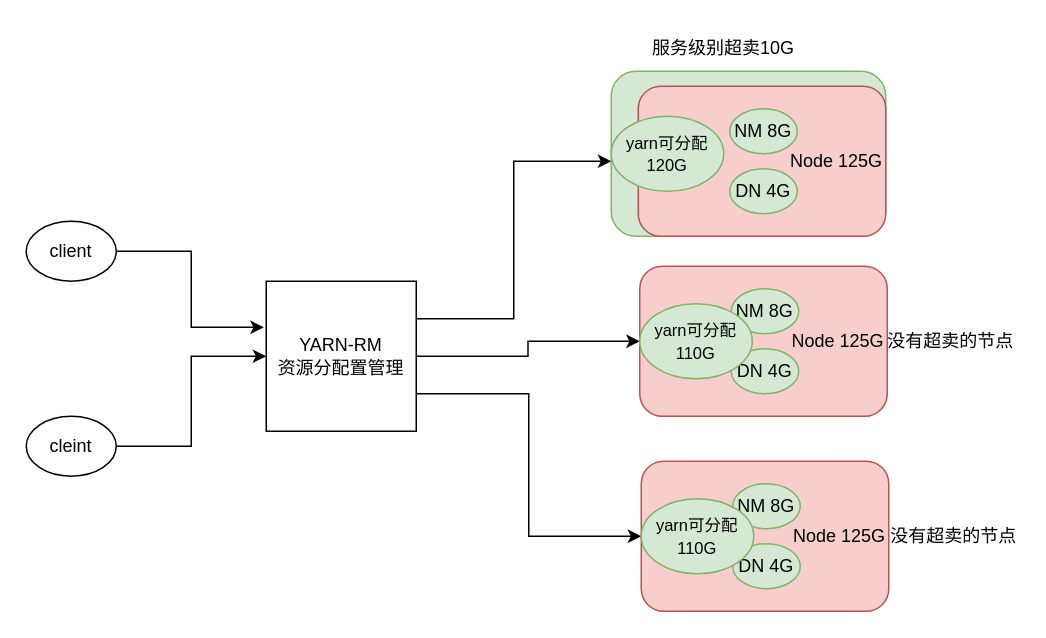
Before: yarn-超.drawio in liangrui198/001, a draw.io diagram. Source tidied: cells renumbered, new cells numbered last; positions are measured from the earlier drawing's top-left corner, leaving out a move shared by most shapes. Both pictures are drawn from the tidied source at 150%, with x=0, y=0 at pixel (26, 26).
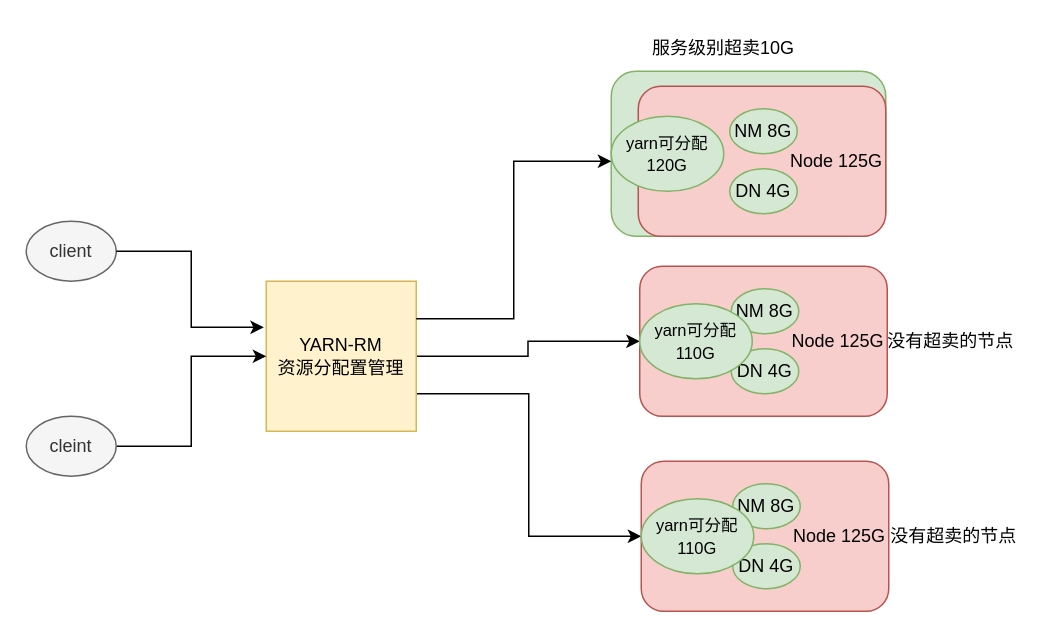
After the change.

Change to the diagram source:
```diff
@@
-    <mxCell id="2" value="client" style="ellipse;whiteSpace=wrap;html=1;" parent="1" vertex="1">
+    <mxCell id="2" value="client" style="ellipse;whiteSpace=wrap;html=1;fillColor=#f5f5f5;fontColor=#333333;strokeColor=#666666;" parent="1" vertex="1">
       <mxGeometry y="130" width="60" height="40" as="geometry" />
     </mxCell>
@@
-    <mxCell id="5" value="YARN-RM&lt;div&gt;资源分配置管理&lt;/div&gt;" style="whiteSpace=wrap;html=1;" parent="1" vertex="1">
+    <mxCell id="5" value="YARN-RM&lt;div&gt;资源分配置管理&lt;/div&gt;" style="whiteSpace=wrap;html=1;fillColor=#fff2cc;strokeColor=#d6b656;" parent="1" vertex="1">
       <mxGeometry x="160" y="170" width="100" height="100" as="geometry" />
     </mxCell>
@@
-    <mxCell id="9" value="cleint" style="ellipse;whiteSpace=wrap;html=1;" parent="1" vertex="1">
+    <mxCell id="9" value="cleint" style="ellipse;whiteSpace=wrap;html=1;fillColor=#f5f5f5;fontColor=#333333;strokeColor=#666666;" parent="1" vertex="1">
       <mxGeometry y="260" width="60" height="40" as="geometry" />
     </mxCell>
```
